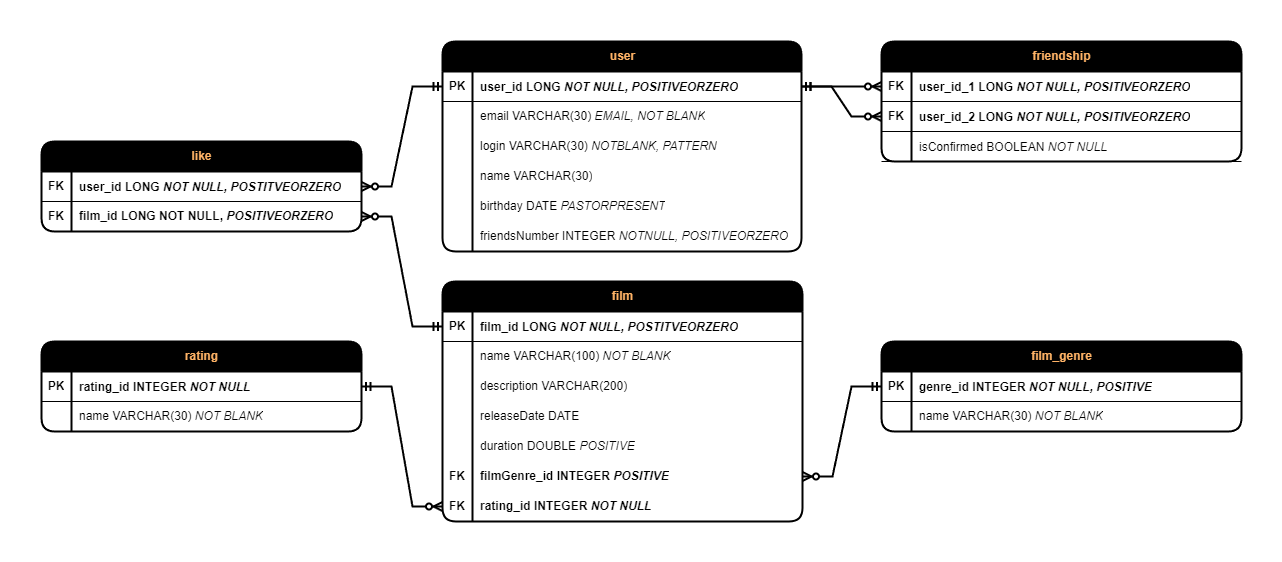
The draw.io diagram Filmorate database scheme.png in MironovNikita/java-filmorate, before a commit. Source tidied: cells renumbered, new cells last; positions are measured from the earlier drawing's top-left corner, leaving out a move shared by most shapes.
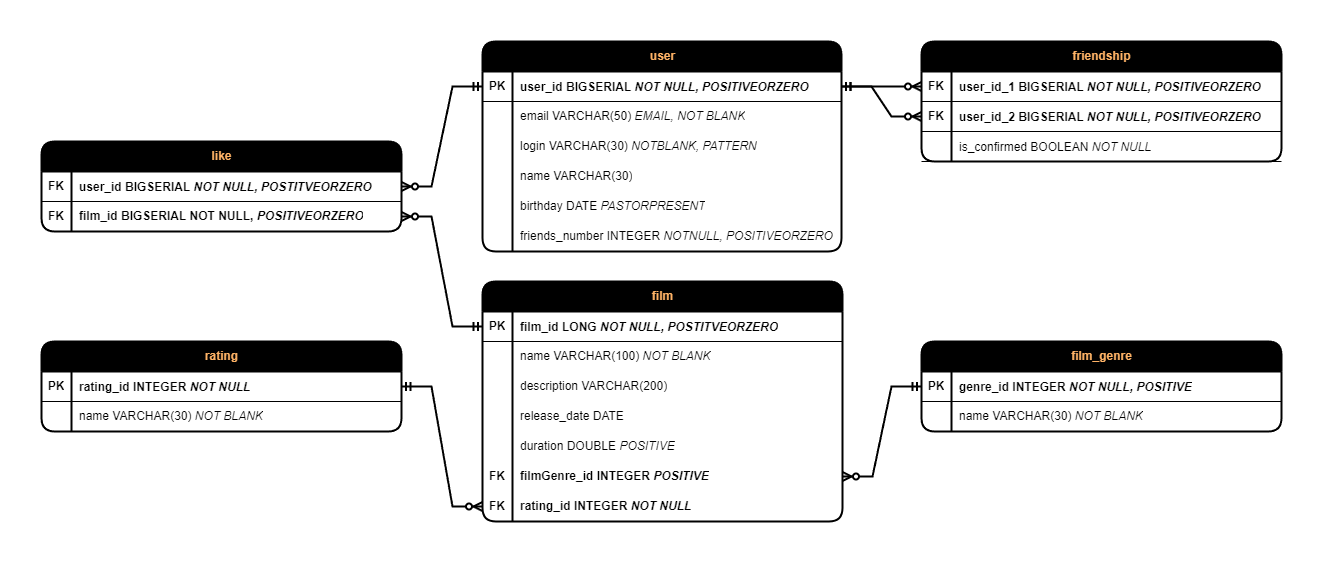
Later version of the same file.

Commit message:
fix: исправление недочётов в схеме БД по результатам взаимопроверки

The edit, as a diff of the source:
```diff
@@ -38,7 +38,7 @@
     <mxCell id="13" style="shape=partialRectangle;fillColor=none;top=0;left=0;bottom=0;right=0;overflow=hidden;whiteSpace=wrap;html=1;" parent="12" vertex="1">
       <mxGeometry width="30" height="30" as="geometry" />
     </mxCell>
-    <mxCell id="14" value="releaseDate DATE" style="shape=partialRectangle;fillColor=none;top=0;left=0;bottom=0;right=0;align=left;spacingLeft=6;overflow=hidden;whiteSpace=wrap;html=1;" parent="12" vertex="1">
+    <mxCell id="14" value="release_date DATE" style="shape=partialRectangle;fillColor=none;top=0;left=0;bottom=0;right=0;align=left;spacingLeft=6;overflow=hidden;whiteSpace=wrap;html=1;" parent="12" vertex="1">
       <mxGeometry x="30" width="330" height="30" as="geometry" />
     </mxCell>
     <mxCell id="15" style="shape=tableRow;horizontal=0;startSize=0;swimlaneHead=0;swimlaneBody=0;fillColor=none;top=0;left=0;right=0;bottom=0;" parent="2" vertex="1">
@@ -77,7 +77,7 @@
     <mxCell id="26" value="PK" style="shape=partialRectangle;fillColor=none;top=0;left=0;bottom=0;right=0;fontStyle=1;overflow=hidden;whiteSpace=wrap;html=1;" parent="25" vertex="1">
       <mxGeometry width="30" height="30" as="geometry" />
     </mxCell>
-    <mxCell id="27" value="&lt;p style=&quot;line-height: 0%;&quot;&gt;&lt;span style=&quot;border-color: var(--border-color);&quot;&gt;user_id LONG &lt;i&gt;NOT NULL, POSITIVEORZERO&lt;/i&gt;&lt;/span&gt;&lt;/p&gt;" style="shape=partialRectangle;fillColor=none;top=0;left=0;bottom=0;right=0;align=left;spacingLeft=6;fontStyle=1;overflow=hidden;whiteSpace=wrap;html=1;strokeColor=default;labelBackgroundColor=default;" parent="25" vertex="1">
+    <mxCell id="27" value="&lt;p style=&quot;line-height: 0%;&quot;&gt;&lt;span style=&quot;border-color: var(--border-color);&quot;&gt;user_id&amp;nbsp;BIGSERIAL&amp;nbsp;&lt;i&gt;NOT NULL, POSITIVEORZERO&lt;/i&gt;&lt;/span&gt;&lt;/p&gt;" style="shape=partialRectangle;fillColor=none;top=0;left=0;bottom=0;right=0;align=left;spacingLeft=6;fontStyle=1;overflow=hidden;whiteSpace=wrap;html=1;strokeColor=default;labelBackgroundColor=default;" parent="25" vertex="1">
       <mxGeometry x="30" width="329" height="30" as="geometry" />
     </mxCell>
     <mxCell id="28" style="shape=tableRow;horizontal=0;startSize=0;swimlaneHead=0;swimlaneBody=0;fillColor=none;top=0;left=0;right=0;bottom=0;" parent="24" vertex="1">
@@ -86,7 +86,7 @@
     <mxCell id="29" style="shape=partialRectangle;fillColor=none;top=0;left=0;bottom=0;right=0;overflow=hidden;whiteSpace=wrap;html=1;" parent="28" vertex="1">
       <mxGeometry width="30" height="30" as="geometry" />
     </mxCell>
-    <mxCell id="30" value="email VARCHAR(30) &lt;i&gt;EMAIL,&lt;/i&gt;&amp;nbsp;&lt;i&gt;NOT BLANK&lt;/i&gt;" style="shape=partialRectangle;fillColor=none;top=0;left=0;bottom=0;right=0;align=left;spacingLeft=6;overflow=hidden;whiteSpace=wrap;html=1;" parent="28" vertex="1">
+    <mxCell id="30" value="email VARCHAR(50) &lt;i&gt;EMAIL,&lt;/i&gt;&amp;nbsp;&lt;i&gt;NOT BLANK&lt;/i&gt;" style="shape=partialRectangle;fillColor=none;top=0;left=0;bottom=0;right=0;align=left;spacingLeft=6;overflow=hidden;whiteSpace=wrap;html=1;" parent="28" vertex="1">
       <mxGeometry x="30" width="329" height="30" as="geometry" />
     </mxCell>
     <mxCell id="31" style="shape=tableRow;horizontal=0;startSize=0;swimlaneHead=0;swimlaneBody=0;fillColor=none;top=0;left=0;right=0;bottom=0;" parent="24" vertex="1">
@@ -122,7 +122,7 @@
     <mxCell id="41" style="shape=partialRectangle;fillColor=none;top=0;left=0;bottom=0;right=0;overflow=hidden;whiteSpace=wrap;html=1;" parent="40" vertex="1">
       <mxGeometry width="30" height="30" as="geometry" />
     </mxCell>
-    <mxCell id="42" value="friendsNumber INTEGER &lt;i&gt;NOTNULL, POSITIVEORZERO&lt;/i&gt;" style="shape=partialRectangle;fillColor=none;top=0;left=0;bottom=0;right=0;align=left;spacingLeft=6;overflow=hidden;whiteSpace=wrap;html=1;" parent="40" vertex="1">
+    <mxCell id="42" value="friends_number INTEGER &lt;i&gt;NOTNULL, POSITIVEORZERO&lt;/i&gt;" style="shape=partialRectangle;fillColor=none;top=0;left=0;bottom=0;right=0;align=left;spacingLeft=6;overflow=hidden;whiteSpace=wrap;html=1;" parent="40" vertex="1">
       <mxGeometry x="30" width="329" height="30" as="geometry" />
     </mxCell>
     <mxCell id="43" value="&lt;font color=&quot;#ffb366&quot;&gt;friendship&lt;/font&gt;" style="shape=table;startSize=30;rowLines=0;fontStyle=1;align=center;html=1;fillColor=#000000;rounded=1;shadow=0;swimlaneLine=1;strokeWidth=2;flipH=0;flipV=0;" parent="1" vertex="1">
@@ -134,7 +134,7 @@
     <mxCell id="45" value="FK" style="shape=partialRectangle;fillColor=none;top=0;left=0;bottom=0;right=0;fontStyle=1;overflow=hidden;whiteSpace=wrap;html=1;" parent="44" vertex="1">
       <mxGeometry width="30" height="30" as="geometry" />
     </mxCell>
-    <mxCell id="46" value="&lt;p style=&quot;line-height: 0%;&quot;&gt;&lt;span style=&quot;border-color: var(--border-color);&quot;&gt;user_id_1 LONG &lt;i&gt;NOT NULL, POSITIVEORZERO&lt;/i&gt;&lt;/span&gt;&lt;/p&gt;" style="shape=partialRectangle;fillColor=none;top=0;left=0;bottom=0;right=0;align=left;spacingLeft=6;fontStyle=1;overflow=hidden;whiteSpace=wrap;html=1;strokeColor=default;labelBackgroundColor=default;" parent="44" vertex="1">
+    <mxCell id="46" value="&lt;p style=&quot;line-height: 0%;&quot;&gt;&lt;span style=&quot;border-color: var(--border-color);&quot;&gt;user_id_1&amp;nbsp;BIGSERIAL&amp;nbsp;&lt;i&gt;NOT NULL, POSITIVEORZERO&lt;/i&gt;&lt;/span&gt;&lt;/p&gt;" style="shape=partialRectangle;fillColor=none;top=0;left=0;bottom=0;right=0;align=left;spacingLeft=6;fontStyle=1;overflow=hidden;whiteSpace=wrap;html=1;strokeColor=default;labelBackgroundColor=default;" parent="44" vertex="1">
       <mxGeometry x="30" width="330" height="30" as="geometry" />
     </mxCell>
     <mxCell id="47" style="shape=tableRow;horizontal=0;startSize=0;swimlaneHead=0;swimlaneBody=0;fillColor=none;points=[[0,0.5],[1,0.5]];portConstraint=eastwest;top=0;left=0;right=0;bottom=1;" parent="43" vertex="1">
@@ -143,7 +143,7 @@
     <mxCell id="48" value="FK" style="shape=partialRectangle;fillColor=none;top=0;left=0;bottom=0;right=0;fontStyle=1;overflow=hidden;whiteSpace=wrap;html=1;" parent="47" vertex="1">
       <mxGeometry width="30" height="30" as="geometry" />
     </mxCell>
-    <mxCell id="49" value="&lt;p style=&quot;line-height: 0%;&quot;&gt;&lt;span style=&quot;border-color: var(--border-color);&quot;&gt;user_id_2 LONG &lt;i&gt;NOT NULL, POSITIVEORZERO&lt;/i&gt;&lt;/span&gt;&lt;/p&gt;" style="shape=partialRectangle;fillColor=none;top=0;left=0;bottom=0;right=0;align=left;spacingLeft=6;fontStyle=1;overflow=hidden;whiteSpace=wrap;html=1;strokeColor=default;labelBackgroundColor=default;" parent="47" vertex="1">
+    <mxCell id="49" value="&lt;p style=&quot;line-height: 0%;&quot;&gt;&lt;span style=&quot;border-color: var(--border-color);&quot;&gt;user_id_2&amp;nbsp;BIGSERIAL&amp;nbsp;&lt;i&gt;NOT NULL, POSITIVEORZERO&lt;/i&gt;&lt;/span&gt;&lt;/p&gt;" style="shape=partialRectangle;fillColor=none;top=0;left=0;bottom=0;right=0;align=left;spacingLeft=6;fontStyle=1;overflow=hidden;whiteSpace=wrap;html=1;strokeColor=default;labelBackgroundColor=default;" parent="47" vertex="1">
       <mxGeometry x="30" width="330" height="30" as="geometry" />
     </mxCell>
     <mxCell id="50" style="shape=tableRow;horizontal=0;startSize=0;swimlaneHead=0;swimlaneBody=0;fillColor=none;top=0;left=0;right=0;bottom=1;" parent="43" vertex="1">
@@ -152,7 +152,7 @@
     <mxCell id="51" style="shape=partialRectangle;fillColor=none;top=0;left=0;bottom=0;right=0;fontStyle=1;overflow=hidden;whiteSpace=wrap;html=1;" parent="50" vertex="1">
       <mxGeometry width="30" height="30" as="geometry" />
     </mxCell>
-    <mxCell id="52" value="&lt;p style=&quot;line-height: 0%;&quot;&gt;&lt;span style=&quot;font-weight: normal;&quot;&gt;isConfirmed BOOLEAN &lt;i&gt;NOT NULL&lt;/i&gt;&lt;/span&gt;&lt;/p&gt;" style="shape=partialRectangle;fillColor=none;top=0;left=0;bottom=0;right=0;align=left;spacingLeft=6;fontStyle=1;overflow=hidden;whiteSpace=wrap;html=1;strokeColor=default;labelBackgroundColor=default;" parent="50" vertex="1">
+    <mxCell id="52" value="&lt;p style=&quot;line-height: 0%;&quot;&gt;&lt;span style=&quot;font-weight: normal;&quot;&gt;is_confirmed BOOLEAN &lt;i&gt;NOT NULL&lt;/i&gt;&lt;/span&gt;&lt;/p&gt;" style="shape=partialRectangle;fillColor=none;top=0;left=0;bottom=0;right=0;align=left;spacingLeft=6;fontStyle=1;overflow=hidden;whiteSpace=wrap;html=1;strokeColor=default;labelBackgroundColor=default;" parent="50" vertex="1">
       <mxGeometry x="30" width="330" height="30" as="geometry" />
     </mxCell>
     <mxCell id="53" style="edgeStyle=entityRelationEdgeStyle;fontSize=12;html=1;endArrow=ERzeroToMany;startArrow=ERmandOne;rounded=0;fontFamily=Helvetica;fontColor=default;entryX=0;entryY=0.5;entryDx=0;entryDy=0;exitX=1;exitY=0.5;exitDx=0;exitDy=0;shadow=0;jumpStyle=none;strokeWidth=2;" parent="1" edge="1" source="25" target="44">
@@ -162,49 +162,49 @@
       <mxGeometry relative="1" as="geometry" />
     </mxCell>
     <mxCell id="55" value="&lt;font color=&quot;#ffb366&quot;&gt;rating&lt;/font&gt;" style="shape=table;startSize=30;rowLines=0;fontStyle=1;align=center;html=1;fillColor=#000000;rounded=1;shadow=0;swimlaneLine=1;strokeWidth=2;" parent="1" vertex="1">
-      <mxGeometry y="300" width="320" height="90" as="geometry" />
+      <mxGeometry x="-40" y="300" width="360" height="90" as="geometry" />
     </mxCell>
     <mxCell id="56" style="shape=tableRow;horizontal=0;startSize=0;swimlaneHead=0;swimlaneBody=0;fillColor=none;points=[[0,0.5],[1,0.5]];portConstraint=eastwest;top=0;left=0;right=0;bottom=1;" parent="55" vertex="1">
-      <mxGeometry y="30" width="320" height="30" as="geometry" />
+      <mxGeometry y="30" width="360" height="30" as="geometry" />
     </mxCell>
     <mxCell id="57" value="PK" style="shape=partialRectangle;fillColor=none;top=0;left=0;bottom=0;right=0;fontStyle=1;overflow=hidden;whiteSpace=wrap;html=1;" parent="56" vertex="1">
       <mxGeometry width="30" height="30" as="geometry" />
     </mxCell>
     <mxCell id="58" value="&lt;p style=&quot;line-height: 0%;&quot;&gt;rating_id INTEGER &lt;i&gt;NOT NULL&lt;/i&gt;&lt;/p&gt;" style="shape=partialRectangle;fillColor=none;top=0;left=0;bottom=0;right=0;align=left;spacingLeft=6;fontStyle=1;overflow=hidden;whiteSpace=wrap;html=1;strokeColor=default;labelBackgroundColor=default;" parent="56" vertex="1">
-      <mxGeometry x="30" width="290" height="30" as="geometry" />
+      <mxGeometry x="30" width="330" height="30" as="geometry" />
     </mxCell>
     <mxCell id="59" style="shape=tableRow;horizontal=0;startSize=0;swimlaneHead=0;swimlaneBody=0;fillColor=none;top=0;left=0;right=0;bottom=0;" parent="55" vertex="1">
-      <mxGeometry y="60" width="320" height="30" as="geometry" />
+      <mxGeometry y="60" width="360" height="30" as="geometry" />
     </mxCell>
     <mxCell id="60" style="shape=partialRectangle;fillColor=none;top=0;left=0;bottom=0;right=0;overflow=hidden;whiteSpace=wrap;html=1;" parent="59" vertex="1">
       <mxGeometry width="30" height="30" as="geometry" />
     </mxCell>
     <mxCell id="61" value="name VARCHAR(30) &lt;i&gt;NOT BLANK&lt;/i&gt;" style="shape=partialRectangle;fillColor=none;top=0;left=0;bottom=0;right=0;align=left;spacingLeft=6;overflow=hidden;whiteSpace=wrap;html=1;" parent="59" vertex="1">
-      <mxGeometry x="30" width="290" height="30" as="geometry" />
+      <mxGeometry x="30" width="330" height="30" as="geometry" />
     </mxCell>
     <mxCell id="62" style="edgeStyle=entityRelationEdgeStyle;fontSize=12;html=1;endArrow=ERzeroToMany;startArrow=ERmandOne;rounded=0;fontFamily=Helvetica;fontColor=default;entryX=0;entryY=0.5;entryDx=0;entryDy=0;exitX=1;exitY=0.5;exitDx=0;exitDy=0;shadow=0;jumpStyle=none;strokeWidth=2;" parent="1" edge="1" source="56" target="21">
       <mxGeometry relative="1" as="geometry" />
     </mxCell>
     <mxCell id="63" value="&lt;font color=&quot;#ffb366&quot;&gt;like&lt;/font&gt;" style="shape=table;startSize=30;rowLines=0;fontStyle=1;align=center;html=1;fillColor=#000000;rounded=1;shadow=0;swimlaneLine=1;strokeWidth=2;" parent="1" vertex="1">
-      <mxGeometry y="100" width="320" height="90" as="geometry" />
+      <mxGeometry x="-40" y="100" width="360" height="90" as="geometry" />
     </mxCell>
     <mxCell id="64" style="shape=tableRow;horizontal=0;startSize=0;swimlaneHead=0;swimlaneBody=0;fillColor=none;points=[[0,0.5],[1,0.5]];portConstraint=eastwest;top=0;left=0;right=0;bottom=1;" parent="63" vertex="1">
-      <mxGeometry y="30" width="320" height="30" as="geometry" />
+      <mxGeometry y="30" width="360" height="30" as="geometry" />
     </mxCell>
     <mxCell id="65" value="FK" style="shape=partialRectangle;fillColor=none;top=0;left=0;bottom=0;right=0;fontStyle=1;overflow=hidden;whiteSpace=wrap;html=1;" parent="64" vertex="1">
       <mxGeometry width="30" height="30" as="geometry" />
     </mxCell>
-    <mxCell id="66" value="&lt;p style=&quot;line-height: 0%;&quot;&gt;user_id LONG&amp;nbsp;&lt;i style=&quot;border-color: var(--border-color);&quot;&gt;NOT NULL, POSTITVEORZERO&lt;/i&gt;&lt;br&gt;&lt;/p&gt;" style="shape=partialRectangle;fillColor=none;top=0;left=0;bottom=0;right=0;align=left;spacingLeft=6;fontStyle=1;overflow=hidden;whiteSpace=wrap;html=1;strokeColor=default;labelBackgroundColor=default;" parent="64" vertex="1">
-      <mxGeometry x="30" width="290" height="30" as="geometry" />
+    <mxCell id="66" value="&lt;p style=&quot;line-height: 0%;&quot;&gt;user_id&amp;nbsp;BIGSERIAL&amp;nbsp;&lt;i style=&quot;border-color: var(--border-color);&quot;&gt;NOT NULL, POSTITVEORZERO&lt;/i&gt;&lt;br&gt;&lt;/p&gt;" style="shape=partialRectangle;fillColor=none;top=0;left=0;bottom=0;right=0;align=left;spacingLeft=6;fontStyle=1;overflow=hidden;whiteSpace=wrap;html=1;strokeColor=default;labelBackgroundColor=default;" parent="64" vertex="1">
+      <mxGeometry x="30" width="330" height="30" as="geometry" />
     </mxCell>
     <mxCell id="67" style="shape=tableRow;horizontal=0;startSize=0;swimlaneHead=0;swimlaneBody=0;fillColor=none;points=[[0,0.5],[1,0.5]];portConstraint=eastwest;top=0;left=0;right=0;bottom=0;" parent="63" vertex="1">
-      <mxGeometry y="60" width="320" height="30" as="geometry" />
+      <mxGeometry y="60" width="360" height="30" as="geometry" />
     </mxCell>
     <mxCell id="68" value="FK" style="shape=partialRectangle;fillColor=none;top=0;left=0;bottom=0;right=0;overflow=hidden;whiteSpace=wrap;html=1;fontStyle=1;" parent="67" vertex="1">
       <mxGeometry width="30" height="30" as="geometry" />
     </mxCell>
-    <mxCell id="69" value="&lt;b&gt;film_id LONG NOT NULL, &lt;i&gt;POSITIVEORZERO&lt;/i&gt;&lt;/b&gt;" style="shape=partialRectangle;fillColor=none;top=0;left=0;bottom=0;right=0;align=left;spacingLeft=6;overflow=hidden;whiteSpace=wrap;html=1;" parent="67" vertex="1">
-      <mxGeometry x="30" width="290" height="30" as="geometry" />
+    <mxCell id="69" value="&lt;b&gt;film_id&amp;nbsp;BIGSERIAL&amp;nbsp;NOT NULL, &lt;i&gt;POSITIVEORZERO&lt;/i&gt;&lt;/b&gt;" style="shape=partialRectangle;fillColor=none;top=0;left=0;bottom=0;right=0;align=left;spacingLeft=6;overflow=hidden;whiteSpace=wrap;html=1;" parent="67" vertex="1">
+      <mxGeometry x="30" width="330" height="30" as="geometry" />
     </mxCell>
     <mxCell id="70" style="edgeStyle=entityRelationEdgeStyle;fontSize=12;html=1;endArrow=ERzeroToMany;startArrow=ERmandOne;rounded=0;fontFamily=Helvetica;fontColor=default;entryX=1;entryY=0.5;entryDx=0;entryDy=0;exitX=0;exitY=0.5;exitDx=0;exitDy=0;shadow=0;jumpStyle=none;strokeWidth=2;" parent="1" edge="1" source="25" target="64">
       <mxGeometry relative="1" as="geometry" />
```
